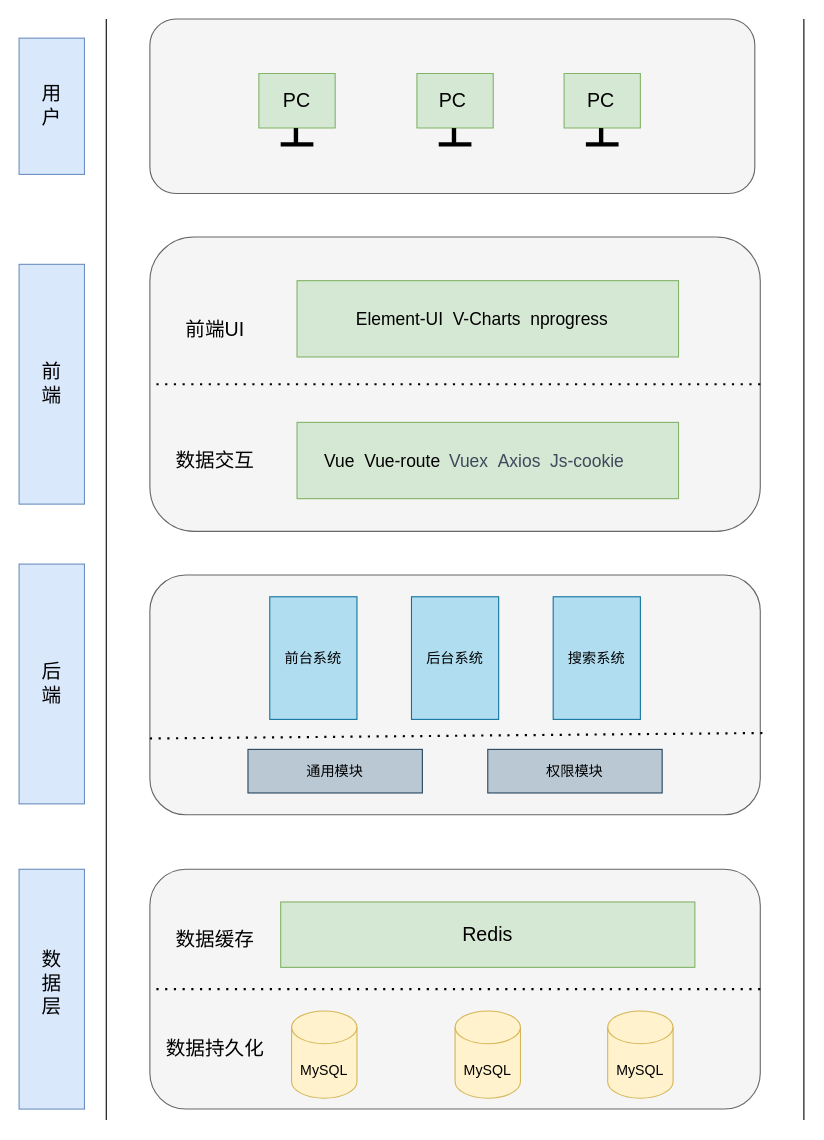
The draw.io diagram file/架构.drawio in zimmortor/drawImage, before the edit. Source tidied: cells renumbered, new cells numbered last; positions are measured from the earlier drawing's top-left corner, leaving out a move shared by most shapes. Both pictures are drawn from the tidied source at 109%, with x=0, y=0 at pixel (19, 19).
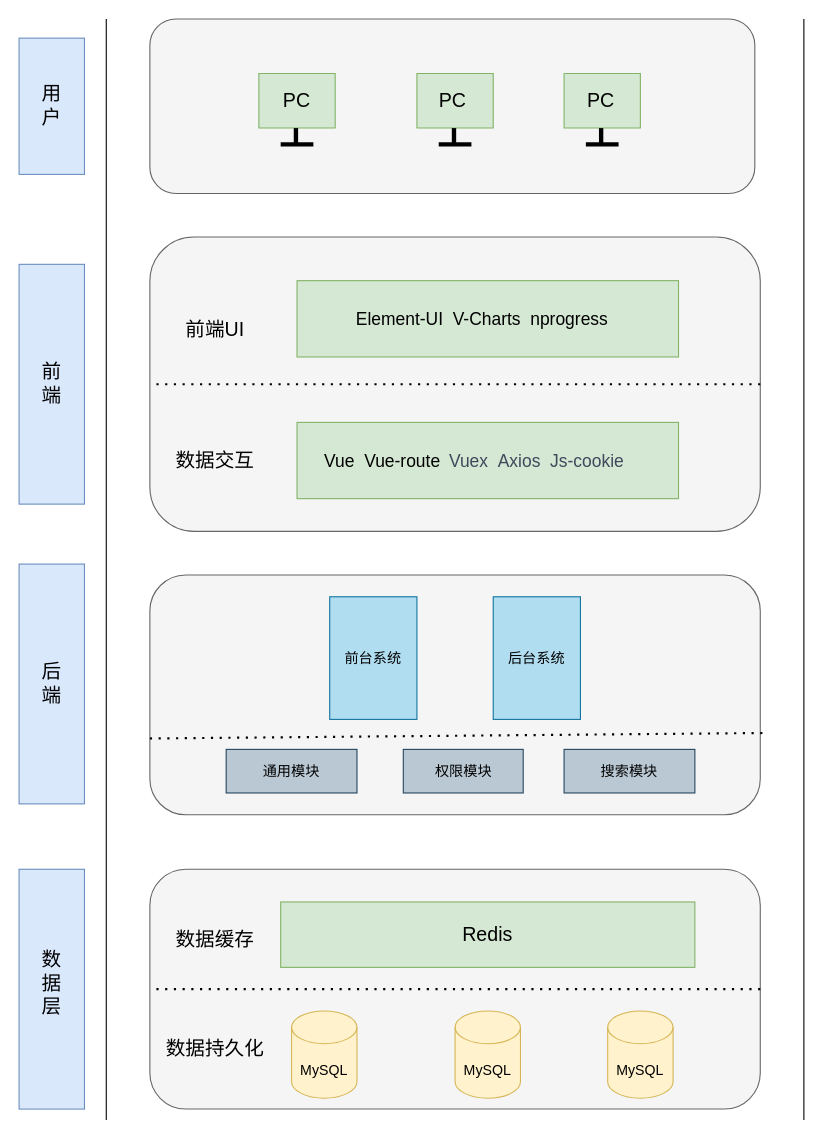
The same diagram, later.

Change to the diagram source:
```diff
@@
     <mxCell id="20" value="前台系统" style="rounded=0;whiteSpace=wrap;html=1;fontSize=13;fillColor=#b1ddf0;strokeColor=#10739e;" parent="1" vertex="1">
-      <mxGeometry x="230" y="530" width="80" height="112.5" as="geometry" />
+      <mxGeometry x="285" y="530" width="80" height="112.5" as="geometry" />
     </mxCell>
     <mxCell id="21" value="后台系统" style="rounded=0;whiteSpace=wrap;html=1;fontSize=13;fillColor=#b1ddf0;strokeColor=#10739e;" parent="1" vertex="1">
-      <mxGeometry x="360" y="530" width="80" height="112.5" as="geometry" />
+      <mxGeometry x="435" y="530" width="80" height="112.5" as="geometry" />
     </mxCell>
-    <mxCell id="22" value="搜索系统" style="rounded=0;whiteSpace=wrap;html=1;fontSize=13;fillColor=#b1ddf0;strokeColor=#10739e;" parent="1" vertex="1">
-      <mxGeometry x="490" y="530" width="80" height="112.5" as="geometry" />
-    </mxCell>
     <mxCell id="23" value="通用模块" style="rounded=0;whiteSpace=wrap;html=1;fontSize=13;fillColor=#bac8d3;strokeColor=#23445d;" parent="1" vertex="1">
-      <mxGeometry x="210" y="670" width="160" height="40" as="geometry" />
+      <mxGeometry x="190" y="670" width="120" height="40" as="geometry" />
     </mxCell>
     <mxCell id="24" value="权限模块" style="rounded=0;whiteSpace=wrap;html=1;fontSize=13;fillColor=#bac8d3;strokeColor=#23445d;" parent="1" vertex="1">
-      <mxGeometry x="430" y="670" width="160" height="40" as="geometry" />
+      <mxGeometry x="352.5" y="670" width="110" height="40" as="geometry" />
     </mxCell>
@@
+    <mxCell id="48" value="搜索模块" style="rounded=0;whiteSpace=wrap;html=1;fontSize=13;fillColor=#bac8d3;strokeColor=#23445d;" parent="1" vertex="1">
+      <mxGeometry x="500" y="670" width="120" height="40" as="geometry" />
+    </mxCell>
```
